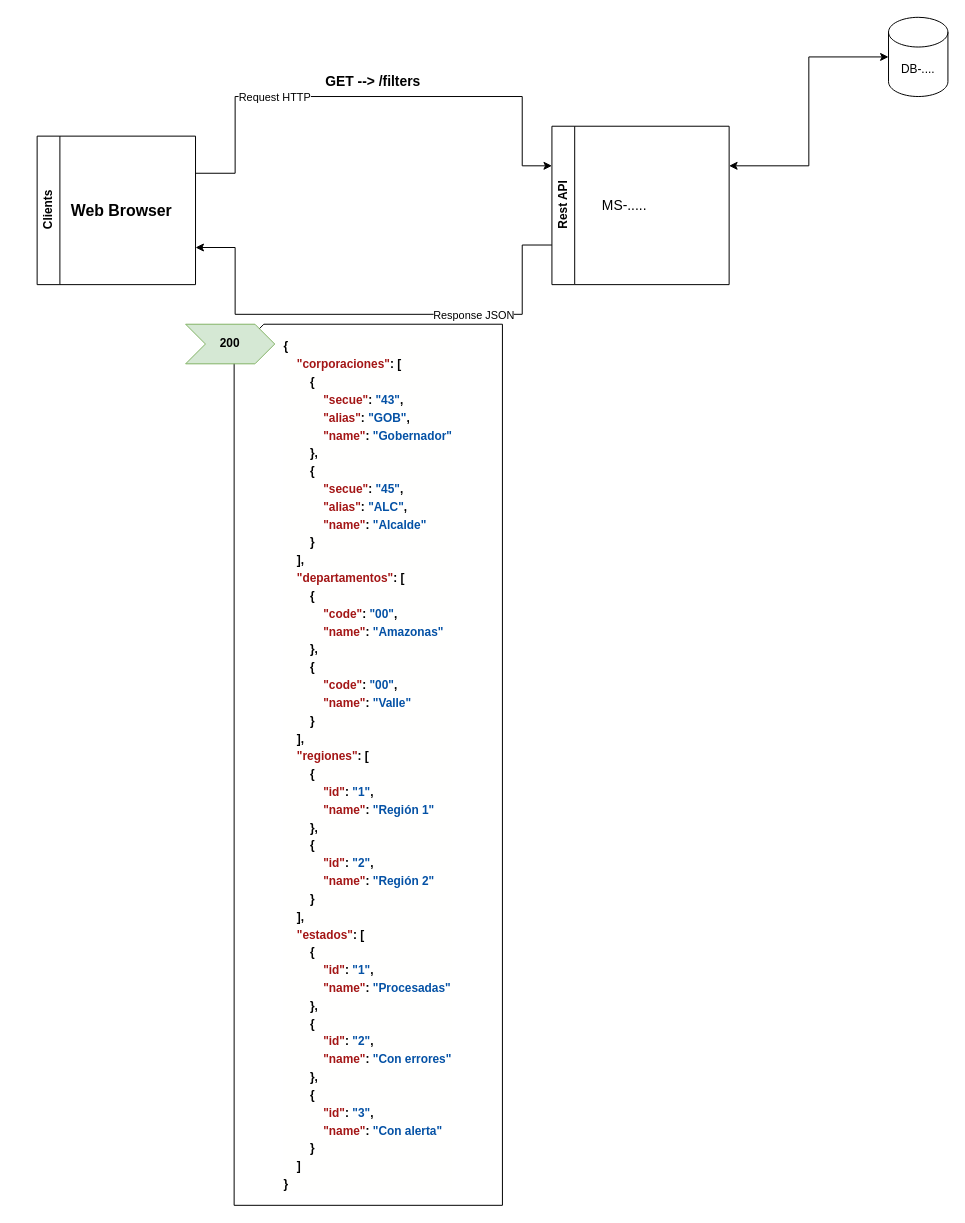
The draw.io diagram page "Filtros-Services" (1 of 2) of SINCO.drawio in jeankasd/drawio, before the edit. Source tidied: cells renumbered, new cells numbered last; positions are measured from the earlier drawing's top-left corner, leaving out a move shared by most shapes. Both pictures are drawn from the tidied source at 99%, with x=0, y=0 at pixel (37, 17).
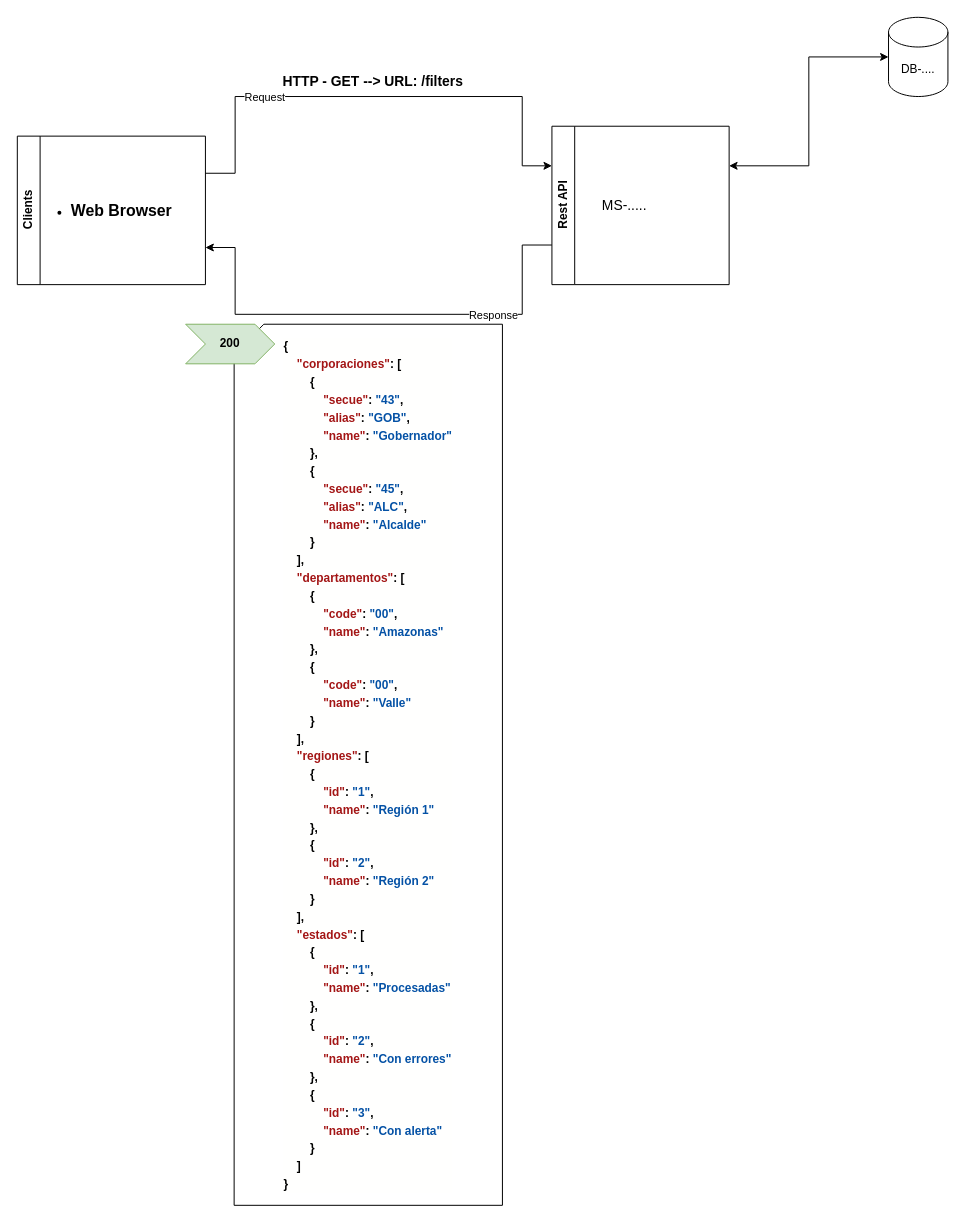
The same page after the edit.

Unchanged cells that the change refers to:
```xml
<mxCell id="2" style="edgeStyle=orthogonalEdgeStyle;rounded=0;jettySize=auto;html=1;exitX=1;exitY=0.25;exitDx=0;exitDy=0;entryX=0;entryY=0.25;entryDx=0;entryDy=0;" parent="1" edge="1" source="4" target="8">
  <mxGeometry relative="1" as="geometry">
    <Array as="points">
      <mxPoint x="200" y="158" />
      <mxPoint x="200" y="80" />
      <mxPoint x="490" y="80" />
      <mxPoint x="490" y="150" />
    </Array>
  </mxGeometry>
</mxCell>
<mxCell id="6" style="edgeStyle=orthogonalEdgeStyle;rounded=0;jettySize=auto;html=1;exitX=0;exitY=0.75;exitDx=0;exitDy=0;entryX=1;entryY=0.75;entryDx=0;entryDy=0;" parent="1" edge="1" source="8" target="4">
  <mxGeometry relative="1" as="geometry">
    <Array as="points">
      <mxPoint x="490" y="230" />
      <mxPoint x="490" y="300" />
      <mxPoint x="200" y="300" />
      <mxPoint x="200" y="233" />
    </Array>
  </mxGeometry>
</mxCell>
```

The edit, as a diff of the source:
```diff
@@
-    <mxCell id="3" value="Request HTTP" style="edgeLabel;html=1;align=center;verticalAlign=middle;" parent="2" vertex="1">
+    <mxCell id="3" value="Request" style="edgeLabel;html=1;align=center;verticalAlign=middle;" parent="2" vertex="1">
       <mxGeometry x="-0.46" y="-1" relative="1" as="geometry">
-        <mxPoint x="20" y="-1" as="offset" />
+        <mxPoint x="3" y="-1" as="offset" />
       </mxGeometry>
     </mxCell>
     <mxCell id="4" value="&lt;font style=&quot;font-size: 12px;&quot;&gt;Clients&lt;/font&gt;" style="swimlane;horizontal=0;whiteSpace=wrap;html=1;" parent="1" vertex="1">
-      <mxGeometry y="120" width="160" height="150" as="geometry" />
+      <mxGeometry x="-20" y="120" width="190" height="150" as="geometry" />
     </mxCell>
-    <mxCell id="5" value="&lt;b&gt;&lt;font style=&quot;font-size: 16px;&quot;&gt;Web Browser&lt;/font&gt;&lt;/b&gt;" style="text;html=1;align=center;verticalAlign=middle;strokeColor=none;fillColor=none;" parent="4" vertex="1">
-      <mxGeometry x="20" y="60" width="130" height="30" as="geometry" />
+    <mxCell id="5" value="&lt;ul&gt;&lt;li&gt;&lt;b&gt;&lt;font style=&quot;font-size: 16px;&quot;&gt;Web Browser&lt;/font&gt;&lt;/b&gt;&lt;/li&gt;&lt;/ul&gt;" style="text;html=1;align=center;verticalAlign=middle;strokeColor=none;fillColor=none;" parent="4" vertex="1">
+      <mxGeometry y="45" width="170" height="60" as="geometry" />
     </mxCell>
@@
-    <mxCell id="7" value="Response JSON" style="edgeLabel;html=1;align=center;verticalAlign=middle;" parent="6" vertex="1">
+    <mxCell id="7" value="Response" style="edgeLabel;html=1;align=center;verticalAlign=middle;" parent="6" vertex="1">
       <mxGeometry x="-0.53" relative="1" as="geometry">
-        <mxPoint x="-33" as="offset" />
+        <mxPoint x="-15" as="offset" />
       </mxGeometry>
     </mxCell>
@@
-    <mxCell id="12" value="&lt;font style=&quot;font-size: 14px;&quot;&gt;GET --&amp;gt; /filters&lt;/font&gt;" style="text;html=1;align=center;verticalAlign=middle;strokeColor=none;fillColor=none;fontStyle=1;" parent="1" vertex="1">
-      <mxGeometry x="284" y="50" width="110" height="30" as="geometry" />
+    <mxCell id="12" value="&lt;font style=&quot;font-size: 14px;&quot;&gt;HTTP - GET --&amp;gt; URL: /filters&lt;/font&gt;" style="text;html=1;align=center;verticalAlign=middle;strokeColor=none;fillColor=none;fontStyle=1;" parent="1" vertex="1">
+      <mxGeometry x="239" y="50" width="200" height="30" as="geometry" />
     </mxCell>
```
